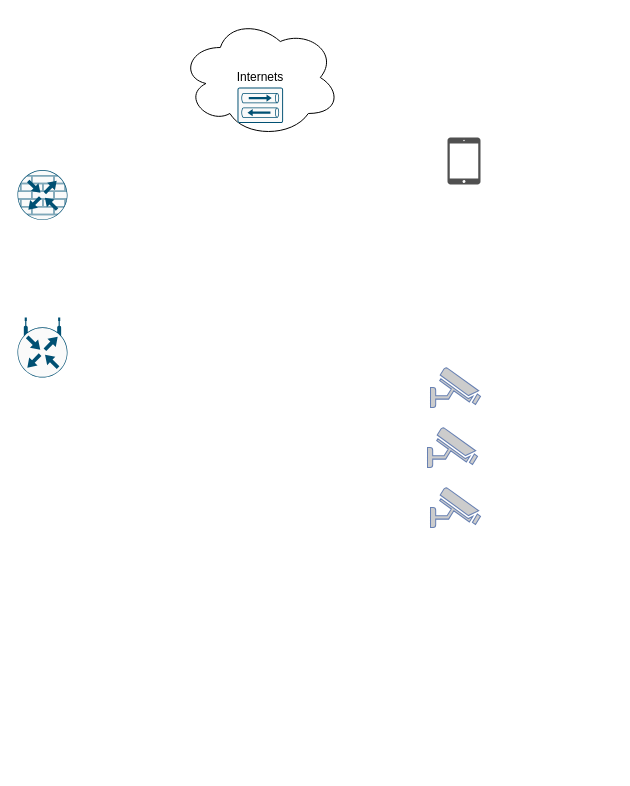
Earlier version of the draw.io diagram Untitled Diagram.drawio (EJELF/Android). Source tidied: cells renumbered, new cells numbered last; positions are measured from the earlier drawing's top-left corner, leaving out a move shared by most shapes. Both pictures are drawn from the tidied source at 100%, with x=0, y=0 at pixel (17, 17).
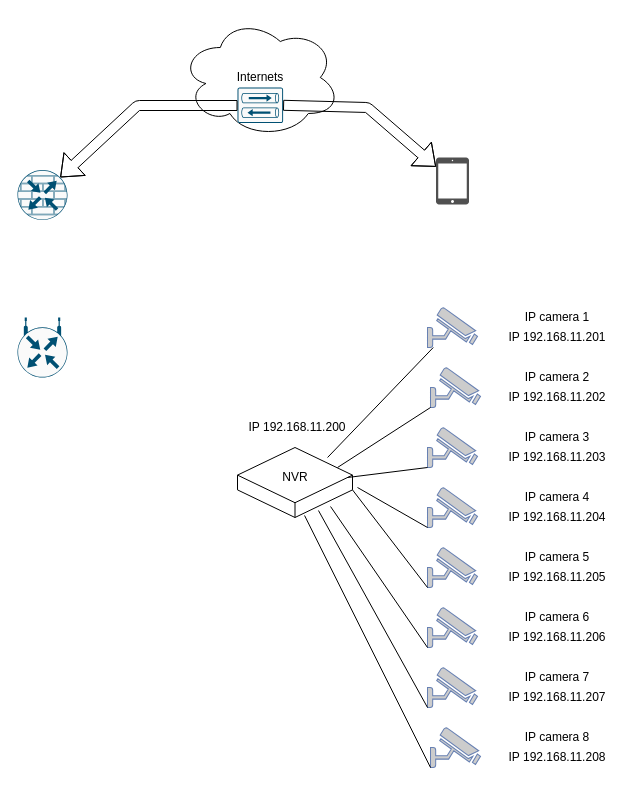
After the change.

The change refers to these unchanged cells:
```xml
<mxCell id="2" style="points=[[0.5,0,0],[1,0.5,0],[0.5,1,0],[0,0.5,0],[0.145,0.145,0],[0.8555,0.145,0],[0.855,0.8555,0],[0.145,0.855,0]];verticalLabelPosition=bottom;html=1;verticalAlign=top;align=center;shape=mxgraph.cisco19.rect;prIcon=router_with_firewall;fillColor=#FAFAFA;strokeColor=#005073;" parent="1" vertex="1">
  <mxGeometry y="152.6" width="50" height="50" as="geometry" />
</mxCell>
<mxCell id="5" style="points=[[0.015,0.015,0],[0.985,0.015,0],[0.985,0.985,0],[0.015,0.985,0],[0.25,0,0],[0.5,0,0],[0.75,0,0],[1,0.25,0],[1,0.5,0],[1,0.75,0],[0.75,1,0],[0.5,1,0],[0.25,1,0],[0,0.75,0],[0,0.5,0],[0,0.25,0]];verticalLabelPosition=bottom;html=1;verticalAlign=top;align=center;shape=mxgraph.cisco19.rect;prIcon=vpn_concentrator;fillColor=#FAFAFA;strokeColor=#005073;" parent="1" vertex="1">
  <mxGeometry x="220" y="70" width="45.6" height="35.6" as="geometry" />
</mxCell>
<mxCell id="7" style="fontColor=#0066CC;verticalAlign=top;verticalLabelPosition=bottom;labelPosition=center;align=center;html=1;outlineConnect=0;fillColor=#CCCCCC;strokeColor=#6881B3;gradientColor=none;gradientDirection=north;strokeWidth=2;shape=mxgraph.networks.security_camera;" parent="1" vertex="1">
  <mxGeometry x="413" y="350" width="50" height="40" as="geometry" />
</mxCell>
<mxCell id="8" style="fontColor=#0066CC;verticalAlign=top;verticalLabelPosition=bottom;labelPosition=center;align=center;html=1;outlineConnect=0;fillColor=#CCCCCC;strokeColor=#6881B3;gradientColor=none;gradientDirection=north;strokeWidth=2;shape=mxgraph.networks.security_camera;" parent="1" vertex="1">
  <mxGeometry x="410" y="410" width="50" height="40" as="geometry" />
</mxCell>
```

What changed in the source:
```diff
@@
     <mxCell id="6" style="shadow=0;dashed=0;html=1;strokeColor=none;fillColor=#505050;labelPosition=center;verticalLabelPosition=bottom;verticalAlign=top;outlineConnect=0;align=center;shape=mxgraph.office.devices.ipad_mini;" parent="1" vertex="1">
-      <mxGeometry x="430" y="120" width="33" height="47" as="geometry" />
+      <mxGeometry x="418.5" y="140" width="33" height="47" as="geometry" />
     </mxCell>
@@
     <mxCell id="9" style="fontColor=#0066CC;verticalAlign=top;verticalLabelPosition=bottom;labelPosition=center;align=center;html=1;outlineConnect=0;fillColor=#CCCCCC;strokeColor=#6881B3;gradientColor=none;gradientDirection=north;strokeWidth=2;shape=mxgraph.networks.security_camera;" parent="1" vertex="1">
-      <mxGeometry x="413" y="470" width="50" height="40" as="geometry" />
+      <mxGeometry x="410" y="470" width="50" height="40" as="geometry" />
     </mxCell>
+    <mxCell id="10" style="shape=flexArrow;endArrow=classic;html=1;exitX=1;exitY=0.5;exitDx=0;exitDy=0;exitPerimeter=0;" parent="1" edge="1" source="5" target="6">
+      <mxGeometry relative="1" as="geometry">
+        <Array as="points">
+          <mxPoint x="350" y="90" />
+        </Array>
+      </mxGeometry>
+    </mxCell>
+    <mxCell id="11" style="shape=flexArrow;endArrow=classic;html=1;entryX=0.8555;entryY=0.145;entryDx=0;entryDy=0;entryPerimeter=0;" parent="1" edge="1" target="2">
+      <mxGeometry relative="1" as="geometry">
+        <mxPoint x="220" y="88" as="sourcePoint" />
+        <Array as="points">
+          <mxPoint x="120" y="88" />
+        </Array>
+      </mxGeometry>
+    </mxCell>
+    <mxCell id="12" style="html=1;whiteSpace=wrap;shape=isoCube2;backgroundOutline=1;isoAngle=15;" parent="1" vertex="1">
+      <mxGeometry x="220" y="430" width="115" height="70" as="geometry" />
+    </mxCell>
+    <mxCell id="13" style="fontColor=#0066CC;verticalAlign=top;verticalLabelPosition=bottom;labelPosition=center;align=center;html=1;outlineConnect=0;fillColor=#CCCCCC;strokeColor=#6881B3;gradientColor=none;gradientDirection=north;strokeWidth=2;shape=mxgraph.networks.security_camera;" parent="1" vertex="1">
+      <mxGeometry x="410" y="530" width="50" height="40" as="geometry" />
+    </mxCell>
+    <mxCell id="14" style="fontColor=#0066CC;verticalAlign=top;verticalLabelPosition=bottom;labelPosition=center;align=center;html=1;outlineConnect=0;fillColor=#CCCCCC;strokeColor=#6881B3;gradientColor=none;gradientDirection=north;strokeWidth=2;shape=mxgraph.networks.security_camera;" parent="1" vertex="1">
+      <mxGeometry x="410" y="590" width="50" height="40" as="geometry" />
+    </mxCell>
+    <mxCell id="15" style="fontColor=#0066CC;verticalAlign=top;verticalLabelPosition=bottom;labelPosition=center;align=center;html=1;outlineConnect=0;fillColor=#CCCCCC;strokeColor=#6881B3;gradientColor=none;gradientDirection=north;strokeWidth=2;shape=mxgraph.networks.security_camera;" parent="1" vertex="1">
+      <mxGeometry x="410" y="650" width="50" height="40" as="geometry" />
+    </mxCell>
+    <mxCell id="16" style="fontColor=#0066CC;verticalAlign=top;verticalLabelPosition=bottom;labelPosition=center;align=center;html=1;outlineConnect=0;fillColor=#CCCCCC;strokeColor=#6881B3;gradientColor=none;gradientDirection=north;strokeWidth=2;shape=mxgraph.networks.security_camera;" parent="1" vertex="1">
+      <mxGeometry x="413" y="710" width="50" height="40" as="geometry" />
+    </mxCell>
+    <mxCell id="17" style="fontColor=#0066CC;verticalAlign=top;verticalLabelPosition=bottom;labelPosition=center;align=center;html=1;outlineConnect=0;fillColor=#CCCCCC;strokeColor=#6881B3;gradientColor=none;gradientDirection=north;strokeWidth=2;shape=mxgraph.networks.security_camera;" parent="1" vertex="1">
+      <mxGeometry x="410" y="290" width="50" height="40" as="geometry" />
+    </mxCell>
+    <mxCell id="18" value="IP camera 1" style="text;html=1;strokeColor=none;fillColor=none;align=center;verticalAlign=middle;whiteSpace=wrap;rounded=0;" parent="1" vertex="1">
+      <mxGeometry x="500" y="290" width="80" height="20" as="geometry" />
+    </mxCell>
+    <mxCell id="19" value="IP 192.168.11.201" style="text;html=1;strokeColor=none;fillColor=none;align=center;verticalAlign=middle;whiteSpace=wrap;rounded=0;" parent="1" vertex="1">
+      <mxGeometry x="485" y="310" width="110" height="20" as="geometry" />
+    </mxCell>
+    <mxCell id="20" value="NVR" style="text;html=1;strokeColor=none;fillColor=none;align=center;verticalAlign=middle;whiteSpace=wrap;rounded=0;" parent="1" vertex="1">
+      <mxGeometry x="257.5" y="450" width="40" height="20" as="geometry" />
+    </mxCell>
+    <mxCell id="21" value="IP camera 2" style="text;html=1;strokeColor=none;fillColor=none;align=center;verticalAlign=middle;whiteSpace=wrap;rounded=0;" parent="1" vertex="1">
+      <mxGeometry x="500" y="350" width="80" height="20" as="geometry" />
+    </mxCell>
+    <mxCell id="22" value="IP 192.168.11.202" style="text;html=1;strokeColor=none;fillColor=none;align=center;verticalAlign=middle;whiteSpace=wrap;rounded=0;" parent="1" vertex="1">
+      <mxGeometry x="485" y="370" width="110" height="20" as="geometry" />
+    </mxCell>
+    <mxCell id="23" value="IP camera 3" style="text;html=1;strokeColor=none;fillColor=none;align=center;verticalAlign=middle;whiteSpace=wrap;rounded=0;" parent="1" vertex="1">
+      <mxGeometry x="500" y="410" width="80" height="20" as="geometry" />
+    </mxCell>
+    <mxCell id="24" value="IP 192.168.11.203" style="text;html=1;strokeColor=none;fillColor=none;align=center;verticalAlign=middle;whiteSpace=wrap;rounded=0;" parent="1" vertex="1">
+      <mxGeometry x="485" y="430" width="110" height="20" as="geometry" />
+    </mxCell>
+    <mxCell id="25" value="IP camera 4" style="text;html=1;strokeColor=none;fillColor=none;align=center;verticalAlign=middle;whiteSpace=wrap;rounded=0;" parent="1" vertex="1">
+      <mxGeometry x="500" y="470" width="80" height="20" as="geometry" />
+    </mxCell>
+    <mxCell id="26" value="IP 192.168.11.204" style="text;html=1;strokeColor=none;fillColor=none;align=center;verticalAlign=middle;whiteSpace=wrap;rounded=0;" parent="1" vertex="1">
+      <mxGeometry x="485" y="490" width="110" height="20" as="geometry" />
+    </mxCell>
+    <mxCell id="27" value="IP camera 5" style="text;html=1;strokeColor=none;fillColor=none;align=center;verticalAlign=middle;whiteSpace=wrap;rounded=0;" parent="1" vertex="1">
+      <mxGeometry x="500" y="530" width="80" height="20" as="geometry" />
+    </mxCell>
+    <mxCell id="28" value="IP 192.168.11.205" style="text;html=1;strokeColor=none;fillColor=none;align=center;verticalAlign=middle;whiteSpace=wrap;rounded=0;" parent="1" vertex="1">
+      <mxGeometry x="485" y="550" width="110" height="20" as="geometry" />
+    </mxCell>
+    <mxCell id="29" value="IP camera 6" style="text;html=1;strokeColor=none;fillColor=none;align=center;verticalAlign=middle;whiteSpace=wrap;rounded=0;" parent="1" vertex="1">
+      <mxGeometry x="500" y="590" width="80" height="20" as="geometry" />
+    </mxCell>
+    <mxCell id="30" value="IP 192.168.11.206" style="text;html=1;strokeColor=none;fillColor=none;align=center;verticalAlign=middle;whiteSpace=wrap;rounded=0;" parent="1" vertex="1">
+      <mxGeometry x="485" y="610" width="110" height="20" as="geometry" />
+    </mxCell>
+    <mxCell id="31" value="IP camera 7" style="text;html=1;strokeColor=none;fillColor=none;align=center;verticalAlign=middle;whiteSpace=wrap;rounded=0;" parent="1" vertex="1">
+      <mxGeometry x="500" y="650" width="80" height="20" as="geometry" />
+    </mxCell>
+    <mxCell id="32" value="IP 192.168.11.207" style="text;html=1;strokeColor=none;fillColor=none;align=center;verticalAlign=middle;whiteSpace=wrap;rounded=0;" parent="1" vertex="1">
+      <mxGeometry x="485" y="670" width="110" height="20" as="geometry" />
+    </mxCell>
+    <mxCell id="33" value="IP camera 8" style="text;html=1;strokeColor=none;fillColor=none;align=center;verticalAlign=middle;whiteSpace=wrap;rounded=0;" parent="1" vertex="1">
+      <mxGeometry x="500" y="710" width="80" height="20" as="geometry" />
+    </mxCell>
+    <mxCell id="34" value="IP 192.168.11.208" style="text;html=1;strokeColor=none;fillColor=none;align=center;verticalAlign=middle;whiteSpace=wrap;rounded=0;" parent="1" vertex="1">
+      <mxGeometry x="485" y="730" width="110" height="20" as="geometry" />
+    </mxCell>
+    <mxCell id="35" value="IP 192.168.11.200" style="text;html=1;strokeColor=none;fillColor=none;align=center;verticalAlign=middle;whiteSpace=wrap;rounded=0;" parent="1" vertex="1">
+      <mxGeometry x="225" y="400" width="110" height="20" as="geometry" />
+    </mxCell>
+    <mxCell id="36" style="endArrow=none;html=1;exitX=0.783;exitY=0.143;exitDx=0;exitDy=0;exitPerimeter=0;" parent="1" edge="1" source="12" target="17">
+      <mxGeometry relative="1" as="geometry" />
+    </mxCell>
+    <mxCell id="37" style="endArrow=none;html=1;exitX=0.783;exitY=0.143;exitDx=0;exitDy=0;exitPerimeter=0;entryX=0;entryY=1;entryDx=0;entryDy=0;entryPerimeter=0;" parent="1" edge="1" target="7">
+      <mxGeometry relative="1" as="geometry">
+        <mxPoint x="320" y="450" as="sourcePoint" />
+      </mxGeometry>
+    </mxCell>
+    <mxCell id="38" style="endArrow=none;html=1;exitX=0.783;exitY=0.143;exitDx=0;exitDy=0;exitPerimeter=0;entryX=0;entryY=1;entryDx=0;entryDy=0;entryPerimeter=0;" parent="1" edge="1" target="8">
+      <mxGeometry relative="1" as="geometry">
+        <mxPoint x="330" y="460" as="sourcePoint" />
+      </mxGeometry>
+    </mxCell>
+    <mxCell id="39" style="endArrow=none;html=1;exitX=0.783;exitY=0.143;exitDx=0;exitDy=0;exitPerimeter=0;entryX=0;entryY=1;entryDx=0;entryDy=0;entryPerimeter=0;" parent="1" edge="1" target="9">
+      <mxGeometry relative="1" as="geometry">
+        <mxPoint x="340" y="470" as="sourcePoint" />
+      </mxGeometry>
+    </mxCell>
+    <mxCell id="40" style="endArrow=none;html=1;exitX=0;exitY=0;exitDx=115;exitDy=42.39094270578666;exitPerimeter=0;entryX=0;entryY=1;entryDx=0;entryDy=0;entryPerimeter=0;" parent="1" edge="1" source="12" target="13">
+      <mxGeometry relative="1" as="geometry" />
+    </mxCell>
+    <mxCell id="41" style="endArrow=none;html=1;exitX=0.809;exitY=0.843;exitDx=0;exitDy=0;exitPerimeter=0;entryX=0;entryY=1;entryDx=0;entryDy=0;entryPerimeter=0;" parent="1" edge="1" source="12" target="14">
+      <mxGeometry relative="1" as="geometry" />
+    </mxCell>
+    <mxCell id="42" style="endArrow=none;html=1;exitX=0.704;exitY=0.9;exitDx=0;exitDy=0;exitPerimeter=0;entryX=0;entryY=1;entryDx=0;entryDy=0;entryPerimeter=0;" parent="1" edge="1" source="12" target="15">
+      <mxGeometry relative="1" as="geometry" />
+    </mxCell>
+    <mxCell id="43" style="endArrow=none;html=1;exitX=0.583;exitY=0.971;exitDx=0;exitDy=0;exitPerimeter=0;entryX=0;entryY=1;entryDx=0;entryDy=0;entryPerimeter=0;" parent="1" edge="1" source="12" target="16">
+      <mxGeometry relative="1" as="geometry" />
+    </mxCell>
```
